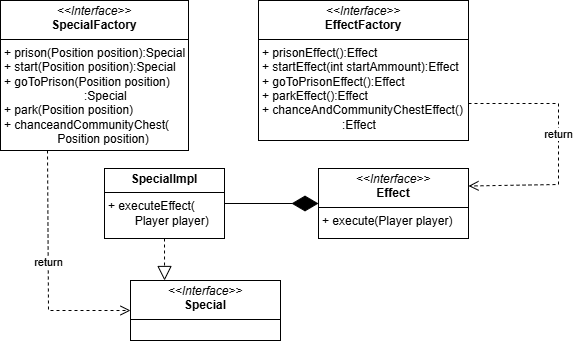
unibo-oop-projects/OOP24-AlessioMinnitiAlessioMinnitistudi-MartinaRavaioli-AlessioMinniti-DavideRossi-LucasPrati-mpoly keeps this draw.io diagram as report/img/martina/specialsUML.png. Above is the earlier version. Source tidied: cells renumbered, new cells last; positions are measured from the earlier drawing's top-left corner, leaving out a move shared by most shapes. Source of this version:
```xml
<mxGraphModel>
  <root>
    <mxCell id="0" />
    <mxCell id="1" parent="0" />
    <mxCell id="2" value="&lt;p style=&quot;margin:0px;margin-top:4px;text-align:center;&quot;&gt;&lt;i&gt;&amp;lt;&amp;lt;Interface&amp;gt;&amp;gt;&lt;/i&gt;&lt;br&gt;&lt;b&gt;SpecialFactory&lt;br&gt;&lt;/b&gt;&lt;/p&gt;&lt;hr size=&quot;1&quot; style=&quot;border-style:solid;&quot;&gt;&lt;p style=&quot;margin:0px;margin-left:4px;&quot;&gt;+ prison(Position position):Special&lt;/p&gt;&lt;p style=&quot;margin:0px;margin-left:4px;&quot;&gt;+ start(&lt;span style=&quot;background-color: transparent; color: light-dark(rgb(0, 0, 0), rgb(255, 255, 255));&quot;&gt;Position position&lt;/span&gt;&lt;span style=&quot;background-color: transparent; color: light-dark(rgb(0, 0, 0), rgb(255, 255, 255));&quot;&gt;):Special&lt;/span&gt;&lt;/p&gt;&lt;p style=&quot;margin:0px;margin-left:4px;&quot;&gt;+ goToPrison(&lt;span style=&quot;background-color: transparent; color: light-dark(rgb(0, 0, 0), rgb(255, 255, 255));&quot;&gt;Position position&lt;/span&gt;&lt;span style=&quot;background-color: transparent; color: light-dark(rgb(0, 0, 0), rgb(255, 255, 255));&quot;&gt;) &lt;span style=&quot;white-space: pre;&quot;&gt;&#9;&lt;/span&gt;&lt;span style=&quot;white-space: pre;&quot;&gt;&#9;&lt;/span&gt;&lt;span style=&quot;white-space: pre;&quot;&gt;&#9;&lt;/span&gt;:Special&lt;/span&gt;&lt;/p&gt;&lt;p style=&quot;margin:0px;margin-left:4px;&quot;&gt;+ park(&lt;span style=&quot;background-color: transparent; color: light-dark(rgb(0, 0, 0), rgb(255, 255, 255));&quot;&gt;Position position&lt;/span&gt;&lt;span style=&quot;background-color: transparent; color: light-dark(rgb(0, 0, 0), rgb(255, 255, 255));&quot;&gt;)&lt;/span&gt;&lt;/p&gt;&lt;p style=&quot;margin:0px;margin-left:4px;&quot;&gt;+ chanceandCommunityChest(&lt;/p&gt;&lt;p style=&quot;margin:0px;margin-left:4px;&quot;&gt;&lt;span style=&quot;white-space: pre;&quot;&gt;&#9;&lt;/span&gt;&lt;span style=&quot;white-space: pre;&quot;&gt;&#9;&lt;/span&gt;&lt;span style=&quot;background-color: transparent; color: light-dark(rgb(0, 0, 0), rgb(255, 255, 255));&quot;&gt;Position position&lt;/span&gt;&lt;span style=&quot;background-color: transparent; color: light-dark(rgb(0, 0, 0), rgb(255, 255, 255));&quot;&gt;)&lt;/span&gt;&lt;/p&gt;" style="verticalAlign=top;align=left;overflow=fill;html=1;whiteSpace=wrap;" parent="1" vertex="1">
      <mxGeometry width="188" height="150" as="geometry" />
    </mxCell>
    <mxCell id="3" value="&lt;p style=&quot;margin:0px;margin-top:4px;text-align:center;&quot;&gt;&lt;i&gt;&amp;lt;&amp;lt;Interface&amp;gt;&amp;gt;&lt;/i&gt;&lt;br&gt;&lt;b&gt;EffectFactory&lt;/b&gt;&lt;/p&gt;&lt;hr size=&quot;1&quot; style=&quot;border-style:solid;&quot;&gt;&lt;p style=&quot;margin:0px;margin-left:4px;&quot;&gt;+ prisonEffect():Effect&lt;/p&gt;&lt;p style=&quot;margin: 0px 0px 0px 4px;&quot;&gt;+ start&lt;span style=&quot;background-color: transparent; color: light-dark(rgb(0, 0, 0), rgb(255, 255, 255));&quot;&gt;Effect(int startAmmount)&lt;/span&gt;&lt;span style=&quot;background-color: transparent; color: light-dark(rgb(0, 0, 0), rgb(255, 255, 255));&quot;&gt;:Effect&lt;/span&gt;&lt;/p&gt;&lt;p style=&quot;margin: 0px 0px 0px 4px;&quot;&gt;+ goToPrison&lt;span style=&quot;background-color: transparent; color: light-dark(rgb(0, 0, 0), rgb(255, 255, 255));&quot;&gt;Effect()&lt;/span&gt;&lt;span style=&quot;background-color: transparent; color: light-dark(rgb(0, 0, 0), rgb(255, 255, 255));&quot;&gt;:Effect&lt;/span&gt;&lt;/p&gt;&lt;p style=&quot;margin: 0px 0px 0px 4px;&quot;&gt;+ park&lt;span style=&quot;background-color: transparent; color: light-dark(rgb(0, 0, 0), rgb(255, 255, 255));&quot;&gt;Effect()&lt;/span&gt;&lt;span style=&quot;background-color: transparent; color: light-dark(rgb(0, 0, 0), rgb(255, 255, 255));&quot;&gt;:Effect&lt;/span&gt;&lt;/p&gt;&lt;p style=&quot;margin: 0px 0px 0px 4px;&quot;&gt;+ chanceAndCommunityChest&lt;span style=&quot;background-color: transparent; color: light-dark(rgb(0, 0, 0), rgb(255, 255, 255));&quot;&gt;Effect()&lt;/span&gt;&lt;/p&gt;&lt;p style=&quot;margin: 0px 0px 0px 4px;&quot;&gt;&lt;span style=&quot;background-color: transparent; color: light-dark(rgb(0, 0, 0), rgb(255, 255, 255));&quot;&gt;&lt;span style=&quot;white-space: pre;&quot;&gt;&#9;&lt;/span&gt;&lt;span style=&quot;white-space: pre;&quot;&gt;&#9;&lt;/span&gt;&lt;span style=&quot;white-space: pre;&quot;&gt;&#9;&lt;/span&gt;:Effect&lt;/span&gt;&lt;/p&gt;" style="verticalAlign=top;align=left;overflow=fill;html=1;whiteSpace=wrap;" parent="1" vertex="1">
      <mxGeometry x="258" width="210" height="140" as="geometry" />
    </mxCell>
    <mxCell id="4" value="&lt;p style=&quot;margin:0px;margin-top:4px;text-align:center;&quot;&gt;&lt;b&gt;SpecialImpl&lt;/b&gt;&lt;/p&gt;&lt;hr size=&quot;1&quot; style=&quot;border-style:solid;&quot;&gt;&lt;p style=&quot;margin:0px;margin-left:4px;&quot;&gt;+ executeEffect(&lt;/p&gt;&lt;p style=&quot;margin:0px;margin-left:4px;&quot;&gt;&lt;span style=&quot;white-space: pre;&quot;&gt;&#9;&lt;/span&gt;Player player)&lt;/p&gt;" style="verticalAlign=top;align=left;overflow=fill;html=1;whiteSpace=wrap;" parent="1" vertex="1">
      <mxGeometry x="104" y="168" width="120" height="70" as="geometry" />
    </mxCell>
    <mxCell id="5" value="&lt;p style=&quot;margin:0px;margin-top:4px;text-align:center;&quot;&gt;&lt;i&gt;&amp;lt;&amp;lt;Interface&amp;gt;&amp;gt;&lt;/i&gt;&lt;br&gt;&lt;b&gt;Effect&lt;br&gt;&lt;/b&gt;&lt;/p&gt;&lt;hr size=&quot;1&quot; style=&quot;border-style:solid;&quot;&gt;&lt;p style=&quot;margin:0px;margin-left:4px;&quot;&gt;+ execute(Player player)&lt;/p&gt;" style="verticalAlign=top;align=left;overflow=fill;html=1;whiteSpace=wrap;" parent="1" vertex="1">
      <mxGeometry x="318" y="168" width="150" height="70" as="geometry" />
    </mxCell>
    <mxCell id="6" style="endArrow=diamondThin;endFill=1;endSize=24;html=1;rounded=0;exitX=1;exitY=0.5;exitDx=0;exitDy=0;entryX=0;entryY=0.5;entryDx=0;entryDy=0;" parent="1" edge="1" source="4" target="5">
      <mxGeometry relative="1" as="geometry" />
    </mxCell>
    <mxCell id="7" value="return" style="html=1;verticalAlign=bottom;endArrow=open;dashed=1;endSize=8;curved=0;rounded=0;exitX=1;exitY=0.75;exitDx=0;exitDy=0;entryX=1;entryY=0.25;entryDx=0;entryDy=0;" parent="1" edge="1" target="5">
      <mxGeometry relative="1" as="geometry">
        <mxPoint x="468" y="103" as="sourcePoint" />
        <Array as="points">
          <mxPoint x="558" y="103" />
          <mxPoint x="558" y="184" />
        </Array>
      </mxGeometry>
    </mxCell>
    <mxCell id="8" value="return" style="html=1;verticalAlign=bottom;endArrow=open;dashed=1;endSize=8;curved=0;rounded=0;exitX=0.25;exitY=1;exitDx=0;exitDy=0;entryX=0;entryY=0.5;entryDx=0;entryDy=0;" parent="1" edge="1" source="2" target="9">
      <mxGeometry relative="1" as="geometry">
        <Array as="points">
          <mxPoint x="48" y="310" />
        </Array>
      </mxGeometry>
    </mxCell>
    <mxCell id="9" value="&lt;p style=&quot;margin:0px;margin-top:4px;text-align:center;&quot;&gt;&lt;i&gt;&amp;lt;&amp;lt;Interface&amp;gt;&amp;gt;&lt;/i&gt;&lt;br&gt;&lt;b&gt;Special&lt;br&gt;&lt;/b&gt;&lt;/p&gt;&lt;hr size=&quot;1&quot; style=&quot;border-style:solid;&quot;&gt;&lt;p style=&quot;margin:0px;margin-left:4px;&quot;&gt;&lt;br&gt;&lt;/p&gt;" style="verticalAlign=top;align=left;overflow=fill;html=1;whiteSpace=wrap;" parent="1" vertex="1">
      <mxGeometry x="130" y="280" width="150" height="60" as="geometry" />
    </mxCell>
    <mxCell id="10" style="endArrow=block;dashed=1;endFill=0;endSize=12;html=1;rounded=0;exitX=0.5;exitY=1;exitDx=0;exitDy=0;entryX=0.227;entryY=0;entryDx=0;entryDy=0;entryPerimeter=0;" parent="1" edge="1" source="4" target="9">
      <mxGeometry relative="1" as="geometry" />
    </mxCell>
  </root>
</mxGraphModel>
```
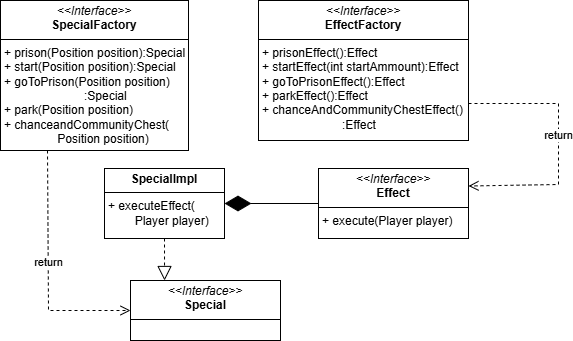
After the commit.

Change to the diagram source:
```diff
@@ -14,7 +14,7 @@
     <mxCell id="5" value="&lt;p style=&quot;margin:0px;margin-top:4px;text-align:center;&quot;&gt;&lt;i&gt;&amp;lt;&amp;lt;Interface&amp;gt;&amp;gt;&lt;/i&gt;&lt;br&gt;&lt;b&gt;Effect&lt;br&gt;&lt;/b&gt;&lt;/p&gt;&lt;hr size=&quot;1&quot; style=&quot;border-style:solid;&quot;&gt;&lt;p style=&quot;margin:0px;margin-left:4px;&quot;&gt;+ execute(Player player)&lt;/p&gt;" style="verticalAlign=top;align=left;overflow=fill;html=1;whiteSpace=wrap;" parent="1" vertex="1">
       <mxGeometry x="318" y="168" width="150" height="70" as="geometry" />
     </mxCell>
-    <mxCell id="6" style="endArrow=diamondThin;endFill=1;endSize=24;html=1;rounded=0;exitX=1;exitY=0.5;exitDx=0;exitDy=0;entryX=0;entryY=0.5;entryDx=0;entryDy=0;" parent="1" edge="1" source="4" target="5">
+    <mxCell id="6" style="endArrow=diamondThin;endFill=1;endSize=24;html=1;rounded=0;exitX=0;exitY=0.5;exitDx=0;exitDy=0;entryX=1;entryY=0.5;entryDx=0;entryDy=0;" parent="1" edge="1" source="5" target="4">
       <mxGeometry relative="1" as="geometry" />
     </mxCell>
     <mxCell id="7" value="return" style="html=1;verticalAlign=bottom;endArrow=open;dashed=1;endSize=8;curved=0;rounded=0;exitX=1;exitY=0.75;exitDx=0;exitDy=0;entryX=1;entryY=0.25;entryDx=0;entryDy=0;" parent="1" edge="1" target="5">
```
